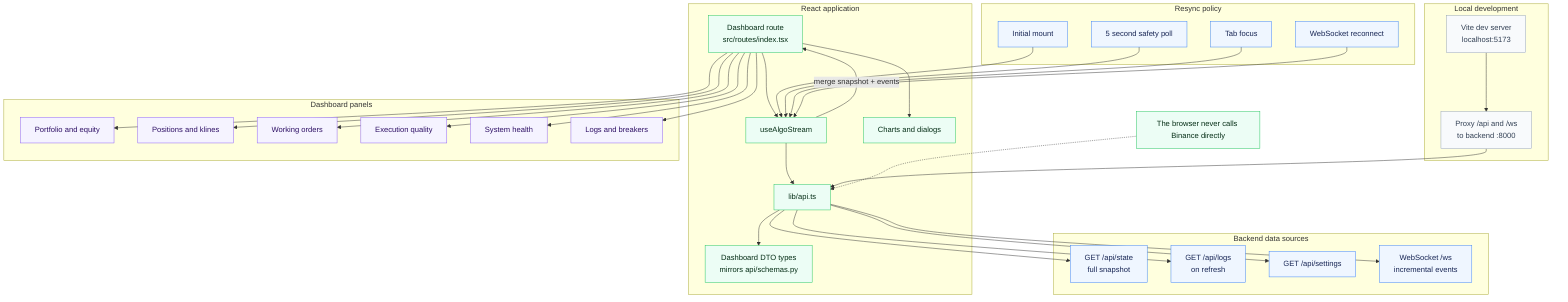
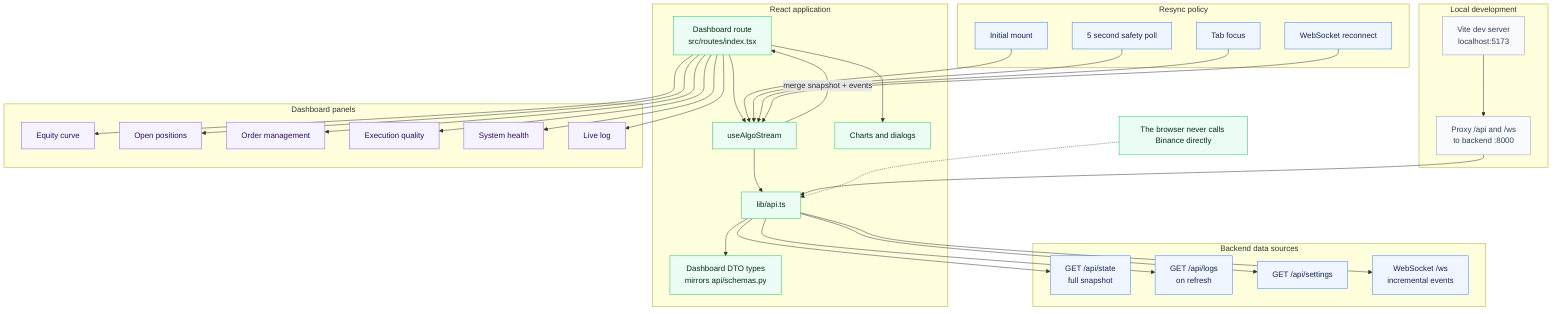
%% Frontend data plane - TanStack Start dashboard
flowchart TB
    subgraph Dev["Local development"]
        VITE["Vite dev server<br/>localhost:5173"]
        PROXY["Proxy /api and /ws<br/>to backend :8000"]
        VITE --> PROXY
    end

    subgraph App["React application"]
        ROUTE["Dashboard route<br/>src/routes/index.tsx"]
        HOOK["useAlgoStream"]
        CLIENT["lib/api.ts"]
        TYPES["Dashboard DTO types<br/>mirrors api/schemas.py"]
        CHARTS["Charts and dialogs"]
        ROUTE --> HOOK --> CLIENT --> TYPES
        ROUTE --> CHARTS
    end

    subgraph Backend["Backend data sources"]
        STATE["GET /api/state<br/>full snapshot"]
        LOGS["GET /api/logs<br/>on refresh"]
        SETTINGS["GET /api/settings"]
        WS["WebSocket /ws<br/>incremental events"]
    end

    subgraph Resync["Resync policy"]
        MOUNT["Initial mount"]
        POLL["5 second safety poll"]
        FOCUS["Tab focus"]
        RECONNECT["WebSocket reconnect"]
    end

    subgraph Panels["Dashboard panels"]
-         PORT["Portfolio and equity"]
-         POS["Positions and klines"]
-         OMS["Working orders"]
+         PORT["Equity curve"]
+         POS["Open positions"]
+         OMS["Order management"]
        TCA["Execution quality"]
        HEALTH["System health"]
-         AUDIT["Logs and breakers"]
+         AUDIT["Live log"]
    end

    PROXY --> CLIENT
    CLIENT --> STATE
    CLIENT --> LOGS
    CLIENT --> SETTINGS
    CLIENT --> WS
    MOUNT --> HOOK
    POLL --> HOOK
    FOCUS --> HOOK
    RECONNECT --> HOOK
    HOOK -->|"merge snapshot + events"| ROUTE
    ROUTE --> PORT
    ROUTE --> POS
    ROUTE --> OMS
    ROUTE --> TCA
    ROUTE --> HEALTH
    ROUTE --> AUDIT

    NOTE["The browser never calls Binance directly"]
    NOTE -.-> CLIENT

    classDef local fill:#f8fafc,stroke:#94a3b8,color:#334155
    classDef app fill:#ecfdf5,stroke:#22c55e,color:#052e16
    classDef api fill:#eff6ff,stroke:#3b82f6,color:#172554
    classDef panel fill:#f5f3ff,stroke:#8b5cf6,color:#2e1065

    class VITE,PROXY local
    class ROUTE,HOOK,CLIENT,TYPES,CHARTS,NOTE app
    class STATE,LOGS,SETTINGS,WS,MOUNT,POLL,FOCUS,RECONNECT api
    class PORT,POS,OMS,TCA,HEALTH,AUDIT panel
